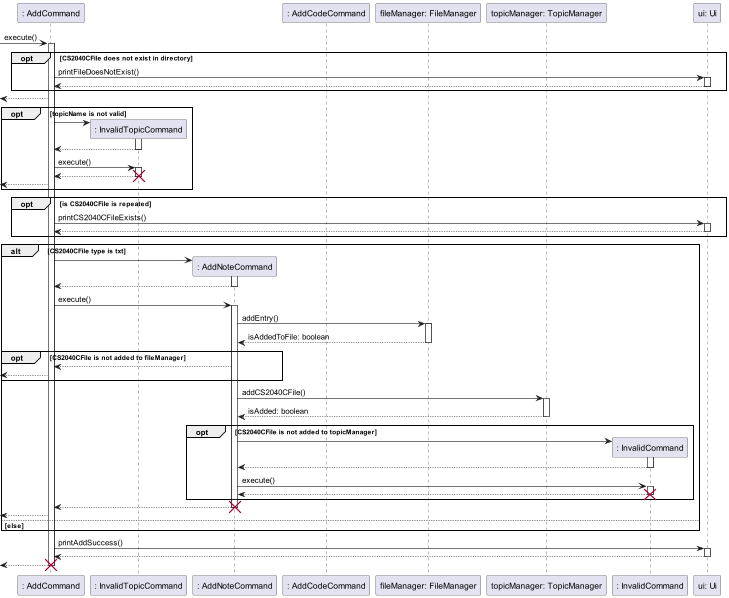
Earlier version of the PlantUML export docs/sequence-diagrams/diagrams/AddFeature.png (ong-ck/tp).
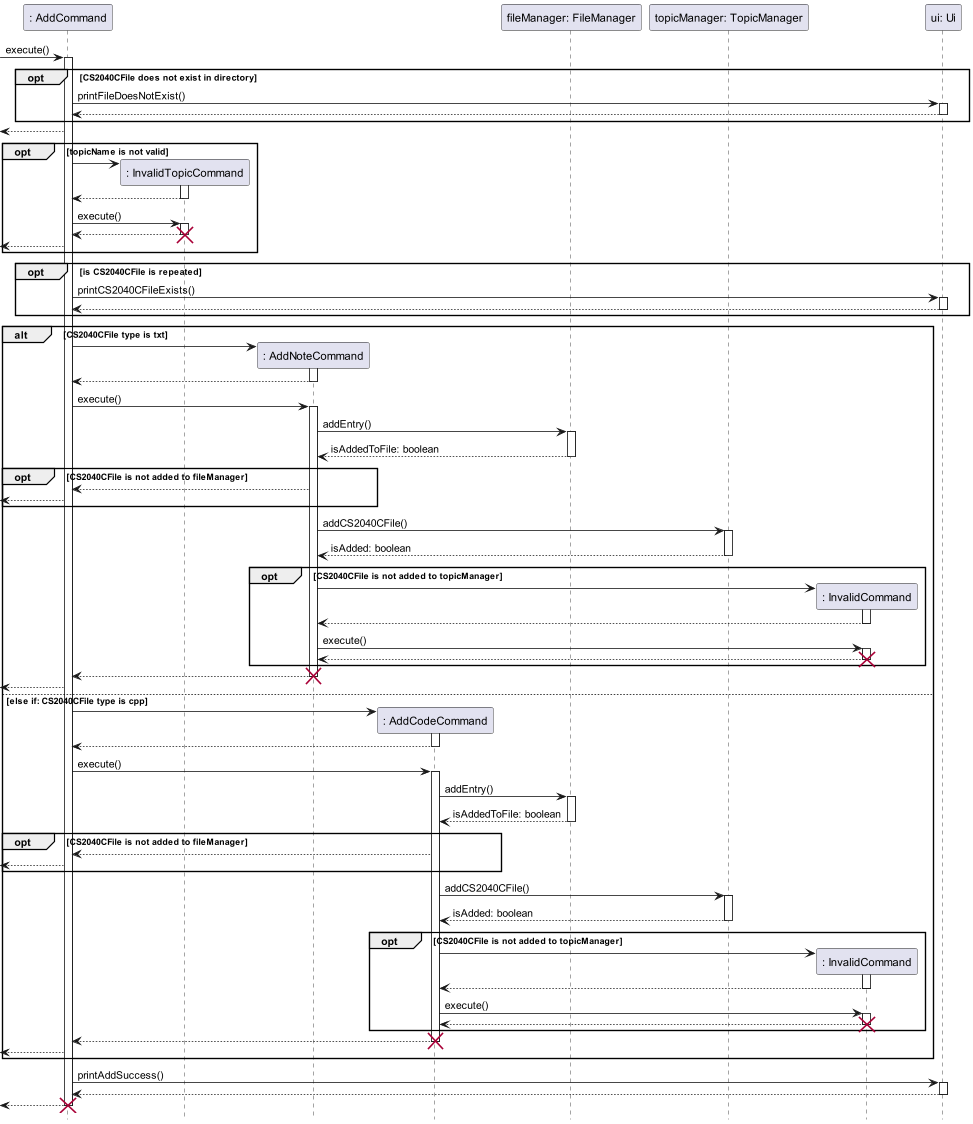
The same diagram one commit later.

The edit, as a diff of the source:
```diff
@@ -1,5 +1,5 @@
 @startuml
-
+hide footbox
 participant ": AddCommand" as a
 participant ": InvalidTopicCommand" as it
 participant ": AddNoteCommand" as an
@@ -69,8 +69,42 @@
             return
             destroy an
             <-- a
-        else else
+
+
+    else else if: CS2040CFile type is cpp
+         a -> ac **
+         activate ac
+         return
+
+         a -> ac : execute()
+         activate ac
+         ac -> fm : addEntry()
+         activate fm
+         return isAddedToFile: boolean
+
+         opt CS2040CFile is not added to fileManager
+             ac --> a
+             <-- a
+         end
+
+        ac -> tm : addCS2040CFile()
+        activate tm
+        return isAdded: boolean
+
+        opt CS2040CFile is not added to topicManager
+            ac -> ic **
+            activate ic
+        return
+
+        ac -> ic : execute()
+            activate ic
+            return
+            destroy ic
         end
+        return
+        destroy ac
+        <-- a
+    end
     a -> ui : printAddSuccess()
     activate ui
     return
```
